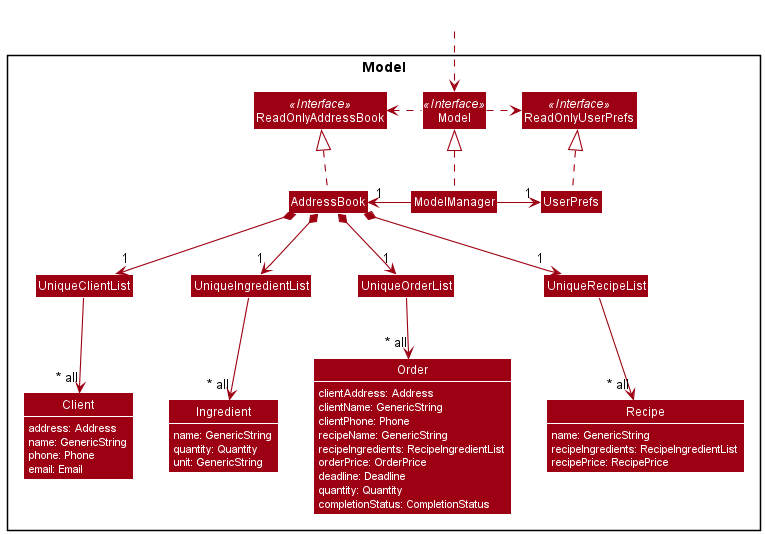
The PlantUML diagram docs/images/ModelClassDiagram.png in zognin/tp, before a commit.
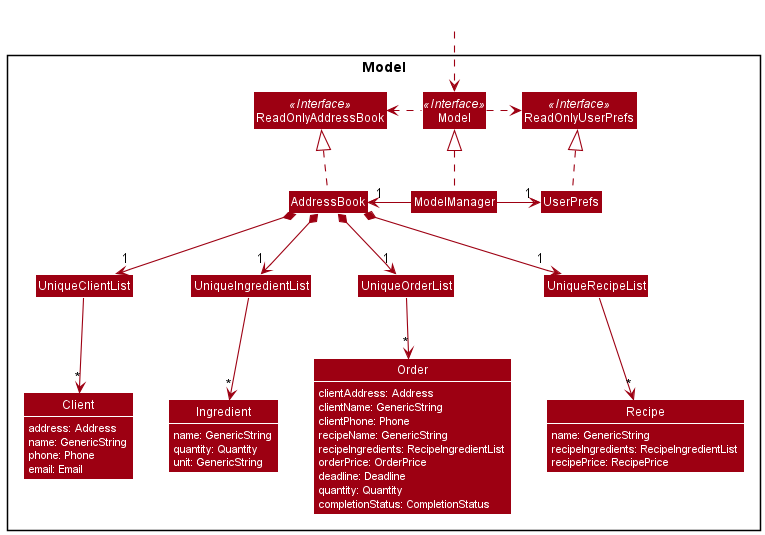
The same diagram one commit later.

Commit message:
Remove association role

Change to the diagram source:
```diff
@@ -74,8 +74,8 @@
 AddressBook *--> "1" UniqueOrderList
 AddressBook *--> "1" UniqueRecipeList
 
-UniqueClientList --> "~* all" Client
-UniqueIngredientList --> "~* all" Ingredient
-UniqueOrderList --> "~* all" Order
-UniqueRecipeList --> "~* all" Recipe
+UniqueClientList --> "~*" Client
+UniqueIngredientList --> "~*" Ingredient
+UniqueOrderList --> "~*" Order
+UniqueRecipeList --> "~*" Recipe
 @enduml
```
